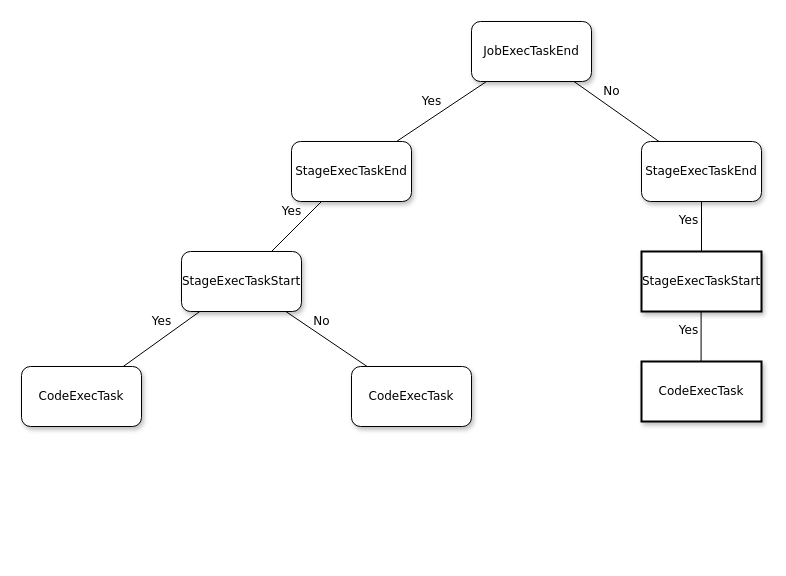
Above: Untitled Diagram.drawio in peacewong/diagrams (draw.io), before the change. Source tidied: cells renumbered, new cells numbered last; positions are measured from the earlier drawing's top-left corner, leaving out a move shared by most shapes. Both pictures are drawn from the tidied source at 100%, with x=0, y=0 at pixel (21, 21).
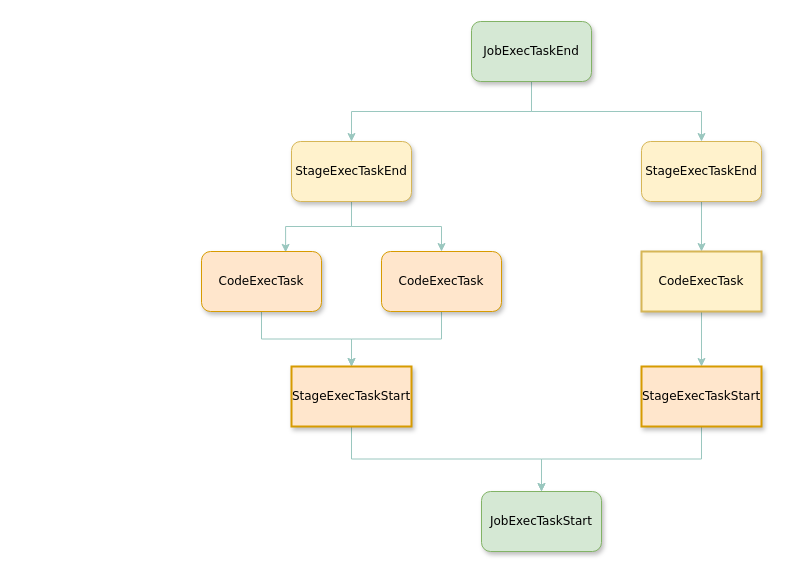
The same diagram, later.

What changed in the source:
```diff
@@
+    <mxCell id="5" style="edgeStyle=orthogonalEdgeStyle;rounded=0;jettySize=auto;html=1;exitX=0.5;exitY=1;exitDx=0;exitDy=0;entryX=0.5;entryY=0;entryDx=0;entryDy=0;strokeColor=#9AC7BF;" parent="1" edge="1" source="2" target="3">
+      <mxGeometry relative="1" as="geometry" />
+    </mxCell>
+    <mxCell id="15" style="edgeStyle=orthogonalEdgeStyle;rounded=0;jettySize=auto;html=1;exitX=0.5;exitY=1;exitDx=0;exitDy=0;entryX=0.5;entryY=0;entryDx=0;entryDy=0;strokeColor=#9AC7BF;" parent="1" edge="1" source="2" target="4">
+      <mxGeometry relative="1" as="geometry" />
+    </mxCell>
-    <mxCell id="2" value="JobExecTaskEnd" style="whiteSpace=wrap;html=1;rounded=1;shadow=1;labelBackgroundColor=none;strokeWidth=1;fontFamily=Verdana;fontSize=12;align=center;" parent="1" vertex="1">
+    <mxCell id="2" value="JobExecTaskEnd" style="whiteSpace=wrap;html=1;rounded=1;shadow=1;labelBackgroundColor=none;strokeWidth=1;fontFamily=Verdana;fontSize=12;align=center;fillColor=#d5e8d4;strokeColor=#82b366;" parent="1" vertex="1">
       <mxGeometry x="450" width="120" height="60" as="geometry" />
     </mxCell>
+    <mxCell id="17" style="edgeStyle=orthogonalEdgeStyle;rounded=0;jettySize=auto;html=1;exitX=0.5;exitY=1;exitDx=0;exitDy=0;entryX=0.701;entryY=0.014;entryDx=0;entryDy=0;entryPerimeter=0;strokeColor=#9AC7BF;" parent="1" edge="1" source="3" target="9">
+      <mxGeometry relative="1" as="geometry" />
+    </mxCell>
+    <mxCell id="18" style="edgeStyle=orthogonalEdgeStyle;rounded=0;jettySize=auto;html=1;exitX=0.5;exitY=1;exitDx=0;exitDy=0;entryX=0.5;entryY=0;entryDx=0;entryDy=0;strokeColor=#9AC7BF;" parent="1" edge="1" source="3" target="10">
+      <mxGeometry relative="1" as="geometry" />
+    </mxCell>
-    <mxCell id="3" value="&lt;span&gt;StageExecTaskEnd&lt;/span&gt;" style="whiteSpace=wrap;html=1;rounded=1;shadow=1;labelBackgroundColor=none;strokeWidth=1;fontFamily=Verdana;fontSize=12;align=center;" parent="1" vertex="1">
+    <mxCell id="3" value="&lt;span&gt;StageExecTaskEnd&lt;/span&gt;" style="whiteSpace=wrap;html=1;rounded=1;shadow=1;labelBackgroundColor=none;strokeWidth=1;fontFamily=Verdana;fontSize=12;align=center;fillColor=#fff2cc;strokeColor=#d6b656;" parent="1" vertex="1">
       <mxGeometry x="270" y="120" width="120" height="60" as="geometry" />
     </mxCell>
+    <mxCell id="12" style="edgeStyle=orthogonalEdgeStyle;rounded=0;jettySize=auto;html=1;exitX=0.5;exitY=1;exitDx=0;exitDy=0;entryX=0.5;entryY=0;entryDx=0;entryDy=0;strokeColor=#9AC7BF;" parent="1" edge="1" source="4" target="7">
+      <mxGeometry relative="1" as="geometry" />
+    </mxCell>
-    <mxCell id="4" value="StageExecTaskEnd" style="whiteSpace=wrap;html=1;rounded=1;shadow=1;labelBackgroundColor=none;strokeWidth=1;fontFamily=Verdana;fontSize=12;align=center;" parent="1" vertex="1">
+    <mxCell id="4" value="StageExecTaskEnd" style="whiteSpace=wrap;html=1;rounded=1;shadow=1;labelBackgroundColor=none;strokeWidth=1;fontFamily=Verdana;fontSize=12;align=center;fillColor=#fff2cc;strokeColor=#d6b656;" parent="1" vertex="1">
       <mxGeometry x="620" y="120" width="120" height="60" as="geometry" />
     </mxCell>
-    <mxCell id="5" value="Yes" style="rounded=0;html=1;labelBackgroundColor=none;startArrow=none;startFill=0;startSize=5;endArrow=none;endFill=0;endSize=5;jettySize=auto;strokeWidth=1;fontFamily=Verdana;fontSize=12;" parent="1" edge="1" source="2" target="3">
-      <mxGeometry x="0.05" y="-14" relative="1" as="geometry" />
-    </mxCell>
+    <mxCell id="19" style="edgeStyle=orthogonalEdgeStyle;rounded=0;jettySize=auto;html=1;exitX=0.5;exitY=1;exitDx=0;exitDy=0;entryX=0.5;entryY=0;entryDx=0;entryDy=0;strokeColor=#9AC7BF;" parent="1" edge="1" source="7" target="8">
+      <mxGeometry relative="1" as="geometry" />
+    </mxCell>
+    <mxCell id="7" value="CodeExecTask" style="whiteSpace=wrap;html=1;rounded=0;shadow=1;labelBackgroundColor=none;strokeWidth=2;fontFamily=Verdana;fontSize=12;align=center;fillColor=#fff2cc;strokeColor=#d6b656;" parent="1" vertex="1">
+      <mxGeometry x="620" y="230" width="120" height="60" as="geometry" />
+    </mxCell>
+    <mxCell id="20" style="edgeStyle=orthogonalEdgeStyle;rounded=0;jettySize=auto;html=1;exitX=0.5;exitY=1;exitDx=0;exitDy=0;entryX=0.5;entryY=0;entryDx=0;entryDy=0;strokeColor=#9AC7BF;" parent="1" edge="1" source="8" target="24">
+      <mxGeometry relative="1" as="geometry" />
+    </mxCell>
+    <mxCell id="8" value="&lt;span&gt;StageExecTaskStart&lt;/span&gt;" style="whiteSpace=wrap;html=1;rounded=0;shadow=1;labelBackgroundColor=none;strokeWidth=2;fontFamily=Verdana;fontSize=12;align=center;fillColor=#ffe6cc;strokeColor=#d79b00;" parent="1" vertex="1">
+      <mxGeometry x="620" y="345" width="120" height="60" as="geometry" />
+    </mxCell>
+    <mxCell id="21" style="edgeStyle=orthogonalEdgeStyle;rounded=0;jettySize=auto;html=1;exitX=0.5;exitY=1;exitDx=0;exitDy=0;entryX=0.5;entryY=0;entryDx=0;entryDy=0;strokeColor=#9AC7BF;" parent="1" edge="1" source="9" target="6">
+      <mxGeometry relative="1" as="geometry" />
+    </mxCell>
+    <mxCell id="9" value="&lt;span&gt;CodeExecTask&lt;/span&gt;" style="whiteSpace=wrap;html=1;rounded=1;shadow=1;labelBackgroundColor=none;strokeWidth=1;fontFamily=Verdana;fontSize=12;align=center;fillColor=#ffe6cc;strokeColor=#d79b00;" parent="1" vertex="1">
+      <mxGeometry x="180" y="230" width="120" height="60" as="geometry" />
+    </mxCell>
+    <mxCell id="22" style="edgeStyle=orthogonalEdgeStyle;rounded=0;jettySize=auto;html=1;exitX=0.5;exitY=1;exitDx=0;exitDy=0;entryX=0.5;entryY=0;entryDx=0;entryDy=0;strokeColor=#9AC7BF;" parent="1" edge="1" source="10" target="6">
+      <mxGeometry relative="1" as="geometry" />
+    </mxCell>
+    <mxCell id="10" value="CodeExecTask" style="whiteSpace=wrap;html=1;rounded=1;shadow=1;labelBackgroundColor=none;strokeWidth=1;fontFamily=Verdana;fontSize=12;align=center;fillColor=#ffe6cc;strokeColor=#d79b00;" parent="1" vertex="1">
+      <mxGeometry x="360" y="230" width="120" height="60" as="geometry" />
+    </mxCell>
+    <mxCell id="23" style="edgeStyle=orthogonalEdgeStyle;rounded=0;jettySize=auto;html=1;exitX=0.5;exitY=1;exitDx=0;exitDy=0;entryX=0.5;entryY=0;entryDx=0;entryDy=0;strokeColor=#9AC7BF;" parent="1" edge="1" source="6" target="24">
+      <mxGeometry relative="1" as="geometry" />
+    </mxCell>
-    <mxCell id="6" value="StageExecTaskStart" style="whiteSpace=wrap;html=1;rounded=1;shadow=1;labelBackgroundColor=none;strokeWidth=1;fontFamily=Verdana;fontSize=12;align=center;" parent="1" vertex="1">
-      <mxGeometry x="160" y="230" width="120" height="60" as="geometry" />
+    <mxCell id="6" value="&lt;span&gt;StageExecTaskStart&lt;/span&gt;" style="whiteSpace=wrap;html=1;rounded=0;shadow=1;labelBackgroundColor=none;strokeWidth=2;fontFamily=Verdana;fontSize=12;align=center;fillColor=#ffe6cc;strokeColor=#d79b00;" parent="1" vertex="1">
+      <mxGeometry x="270" y="345" width="120" height="60" as="geometry" />
     </mxCell>
-    <mxCell id="7" value="StageExecTaskStart" style="whiteSpace=wrap;html=1;rounded=0;shadow=1;labelBackgroundColor=none;strokeWidth=2;fontFamily=Verdana;fontSize=12;align=center;" parent="1" vertex="1">
-      <mxGeometry x="620" y="230" width="120" height="60" as="geometry" />
-    </mxCell>
-    <mxCell id="8" value="CodeExecTask" style="whiteSpace=wrap;html=1;rounded=0;shadow=1;labelBackgroundColor=none;strokeWidth=2;fontFamily=Verdana;fontSize=12;align=center;" parent="1" vertex="1">
-      <mxGeometry x="620" y="340" width="120" height="60" as="geometry" />
-    </mxCell>
-    <mxCell id="9" value="&lt;span&gt;CodeExecTask&lt;/span&gt;" style="whiteSpace=wrap;html=1;rounded=1;shadow=1;labelBackgroundColor=none;strokeWidth=1;fontFamily=Verdana;fontSize=12;align=center;" parent="1" vertex="1">
-      <mxGeometry y="345" width="120" height="60" as="geometry" />
-    </mxCell>
-    <mxCell id="10" value="CodeExecTask" style="whiteSpace=wrap;html=1;rounded=1;shadow=1;labelBackgroundColor=none;strokeWidth=1;fontFamily=Verdana;fontSize=12;align=center;" parent="1" vertex="1">
-      <mxGeometry x="330" y="345" width="120" height="60" as="geometry" />
-    </mxCell>
-    <mxCell id="11" value="Yes" style="rounded=0;html=1;labelBackgroundColor=none;startArrow=none;startFill=0;startSize=5;endArrow=none;endFill=0;endSize=5;jettySize=auto;strokeWidth=1;fontFamily=Verdana;fontSize=12;" parent="1" edge="1" source="3" target="6">
-      <mxGeometry x="-0.2" y="-14" relative="1" as="geometry" />
-    </mxCell>
-    <mxCell id="12" value="Yes" style="rounded=0;html=1;labelBackgroundColor=none;startArrow=none;startFill=0;startSize=5;endArrow=none;endFill=0;endSize=5;jettySize=auto;strokeWidth=1;fontFamily=Verdana;fontSize=12;" parent="1" edge="1" source="4" target="7">
-      <mxGeometry x="-0.26" y="-13" relative="1" as="geometry" />
-    </mxCell>
-    <mxCell id="13" value="Yes" style="rounded=0;html=1;labelBackgroundColor=none;startArrow=none;startFill=0;startSize=5;endArrow=none;endFill=0;endSize=5;jettySize=auto;strokeWidth=1;fontFamily=Verdana;fontSize=12;" parent="1" edge="1" source="6" target="9">
-      <mxGeometry x="-0.22" y="-14" relative="1" as="geometry" />
-    </mxCell>
-    <mxCell id="14" value="No" style="rounded=0;html=1;labelBackgroundColor=none;startArrow=none;startFill=0;startSize=5;endArrow=none;endFill=0;endSize=5;jettySize=auto;strokeWidth=1;fontFamily=Verdana;fontSize=12;" parent="1" edge="1" source="6" target="10">
-      <mxGeometry x="-0.28" y="12" relative="1" as="geometry" />
-    </mxCell>
-    <mxCell id="15" value="No" style="rounded=0;html=1;labelBackgroundColor=none;startArrow=none;startFill=0;startSize=5;endArrow=none;endFill=0;endSize=5;jettySize=auto;strokeWidth=1;fontFamily=Verdana;fontSize=12;" parent="1" edge="1" source="2" target="4">
-      <mxGeometry x="-0.3" y="13" relative="1" as="geometry">
-        <mxPoint x="1" as="offset" />
-      </mxGeometry>
-    </mxCell>
-    <mxCell id="16" value="Yes" style="rounded=0;html=1;labelBackgroundColor=none;startArrow=none;startFill=0;startSize=5;endArrow=none;endFill=0;endSize=5;jettySize=auto;orthogonalLoop=1;strokeWidth=1;fontFamily=Verdana;fontSize=12;" parent="1" edge="1">
-      <mxGeometry x="-0.26" y="-13" relative="1" as="geometry">
-        <mxPoint x="679.6" y="290" as="sourcePoint" />
-        <mxPoint x="679.6" y="340" as="targetPoint" />
-      </mxGeometry>
-    </mxCell>
+    <mxCell id="24" value="JobExecTaskStart" style="whiteSpace=wrap;html=1;rounded=1;shadow=1;labelBackgroundColor=none;strokeWidth=1;fontFamily=Verdana;fontSize=12;align=center;fillColor=#d5e8d4;strokeColor=#82b366;" parent="1" vertex="1">
+      <mxGeometry x="460" y="470" width="120" height="60" as="geometry" />
+    </mxCell>
```
